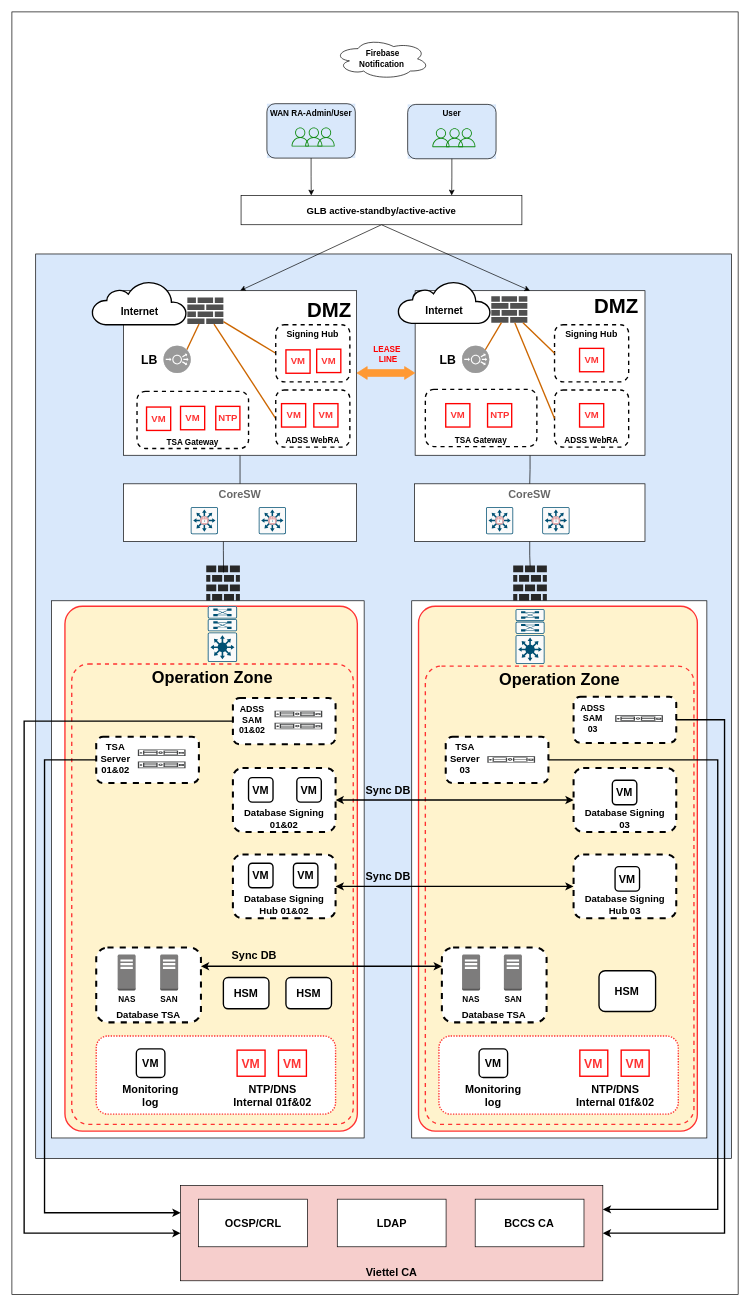
This is TSA Server.drawio from ddthang2611/TSA-Diagram, a draw.io file, before an edit. Source tidied: cells renumbered, new cells numbered last; positions are measured from the earlier drawing's top-left corner, leaving out a move shared by most shapes. Both pictures are drawn from the tidied source at 68%, with x=0, y=0 at pixel (12, 12).
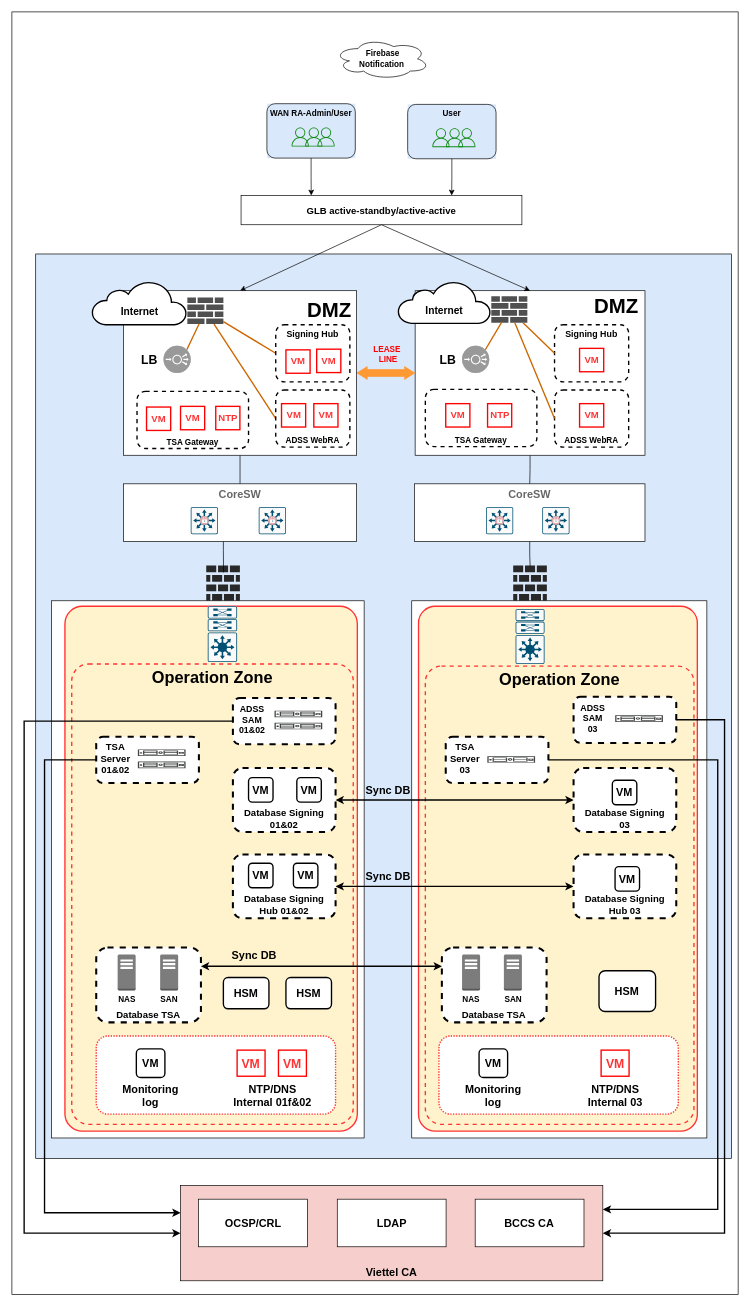
The same diagram, later.

Commit message:
Cập nhật TSA Server.drawio

The change refers to these unchanged cells:
```xml
<mxCell id="84" style="group;" parent="1" vertex="1">
  <mxGeometry x="628" y="1506" width="352" height="115" as="geometry" />
</mxCell>
```

Diff of the diagram source:
```diff
@@
-    <mxCell id="87" value="&lt;font color=&quot;#ff3333&quot; style=&quot;font-size: 18px;&quot;&gt;&lt;b&gt;VM&lt;/b&gt;&lt;/font&gt;" style="rounded=0;whiteSpace=wrap;html=1;fontSize=24;strokeWidth=2;strokeColor=#FF0000;" parent="84" vertex="1">
-      <mxGeometry x="268" y="20.8" width="41.1" height="38.4" as="geometry" />
-    </mxCell>
     <mxCell id="88" value="&lt;font color=&quot;#ff3333&quot; style=&quot;font-size: 18px;&quot;&gt;&lt;b&gt;VM&lt;/b&gt;&lt;/font&gt;" style="rounded=0;whiteSpace=wrap;html=1;fontSize=24;strokeWidth=2;strokeColor=#FF0000;" parent="84" vertex="1">
-      <mxGeometry x="207.2" y="20.8" width="41.1" height="38.4" as="geometry" />
+      <mxGeometry x="238.5" y="20.8" width="41.1" height="38.4" as="geometry" />
     </mxCell>
@@
-    <mxCell id="90" value="&lt;font style=&quot;font-size: 16px;&quot;&gt;&lt;span style=&quot;font-size: 16px;&quot;&gt;&lt;b style=&quot;font-size: 16px;&quot;&gt;NTP/DNS&lt;br&gt;&lt;/b&gt;&lt;b&gt;Internal 01f&amp;amp;02&lt;/b&gt;&lt;br style=&quot;font-size: 16px;&quot;&gt;&lt;/span&gt;&lt;/font&gt;" style="text;html=1;strokeColor=none;fillColor=none;align=center;verticalAlign=middle;whiteSpace=wrap;rounded=0;fontSize=16;" parent="84" vertex="1">
+    <mxCell id="90" value="&lt;font style=&quot;font-size: 16px;&quot;&gt;&lt;span style=&quot;font-size: 16px;&quot;&gt;&lt;b style=&quot;font-size: 16px;&quot;&gt;NTP/DNS&lt;br&gt;&lt;/b&gt;&lt;b&gt;Internal 03&lt;/b&gt;&lt;br style=&quot;font-size: 16px;&quot;&gt;&lt;/span&gt;&lt;/font&gt;" style="text;html=1;strokeColor=none;fillColor=none;align=center;verticalAlign=middle;whiteSpace=wrap;rounded=0;fontSize=16;" parent="84" vertex="1">
       <mxGeometry x="198.5" y="65" width="121" height="45" as="geometry" />
     </mxCell>
```
